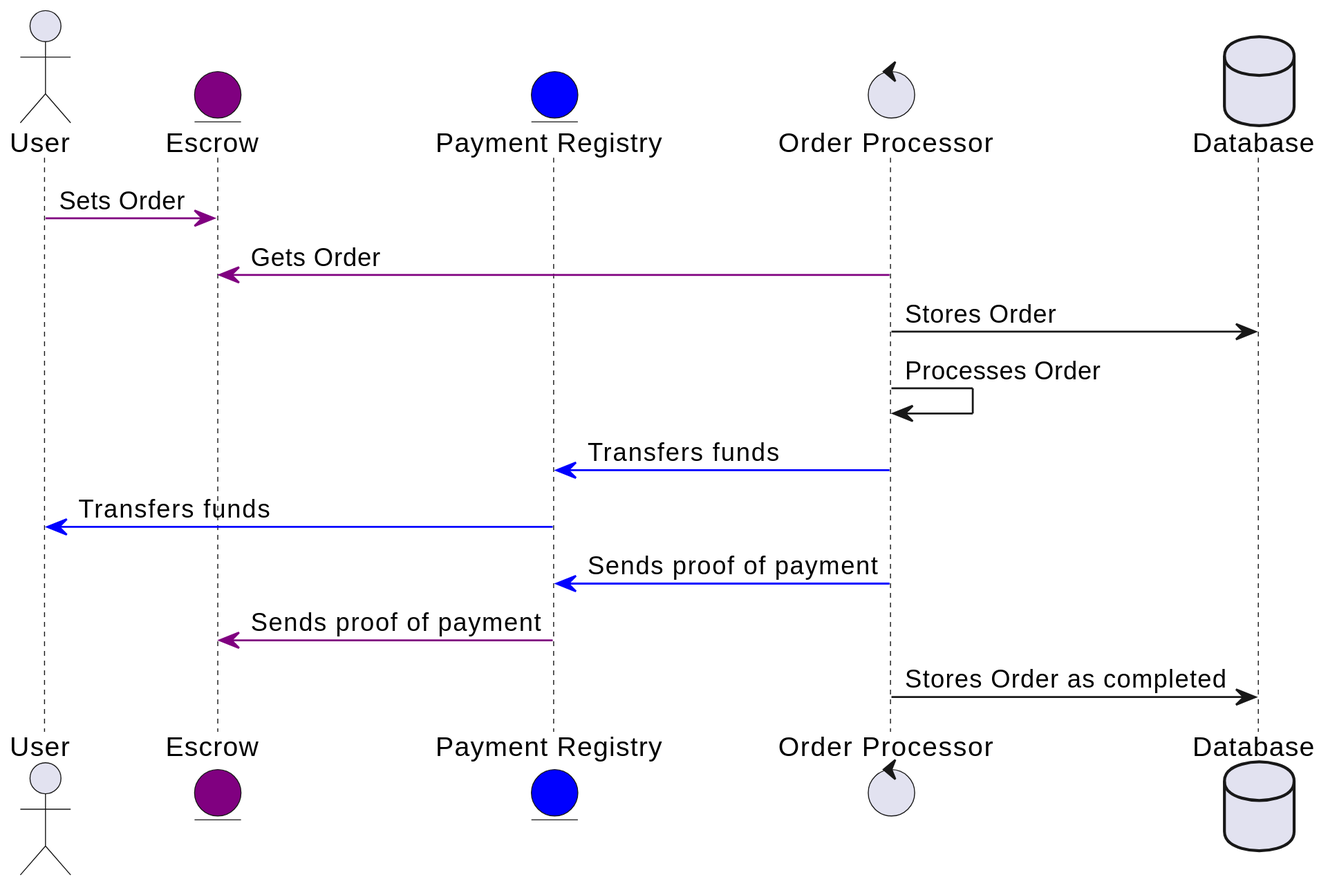
yetanotherco/yet-another-bridge keeps this PlantUML diagram as mm-bot/docs/images/order_processing.svg. Above is the earlier version.
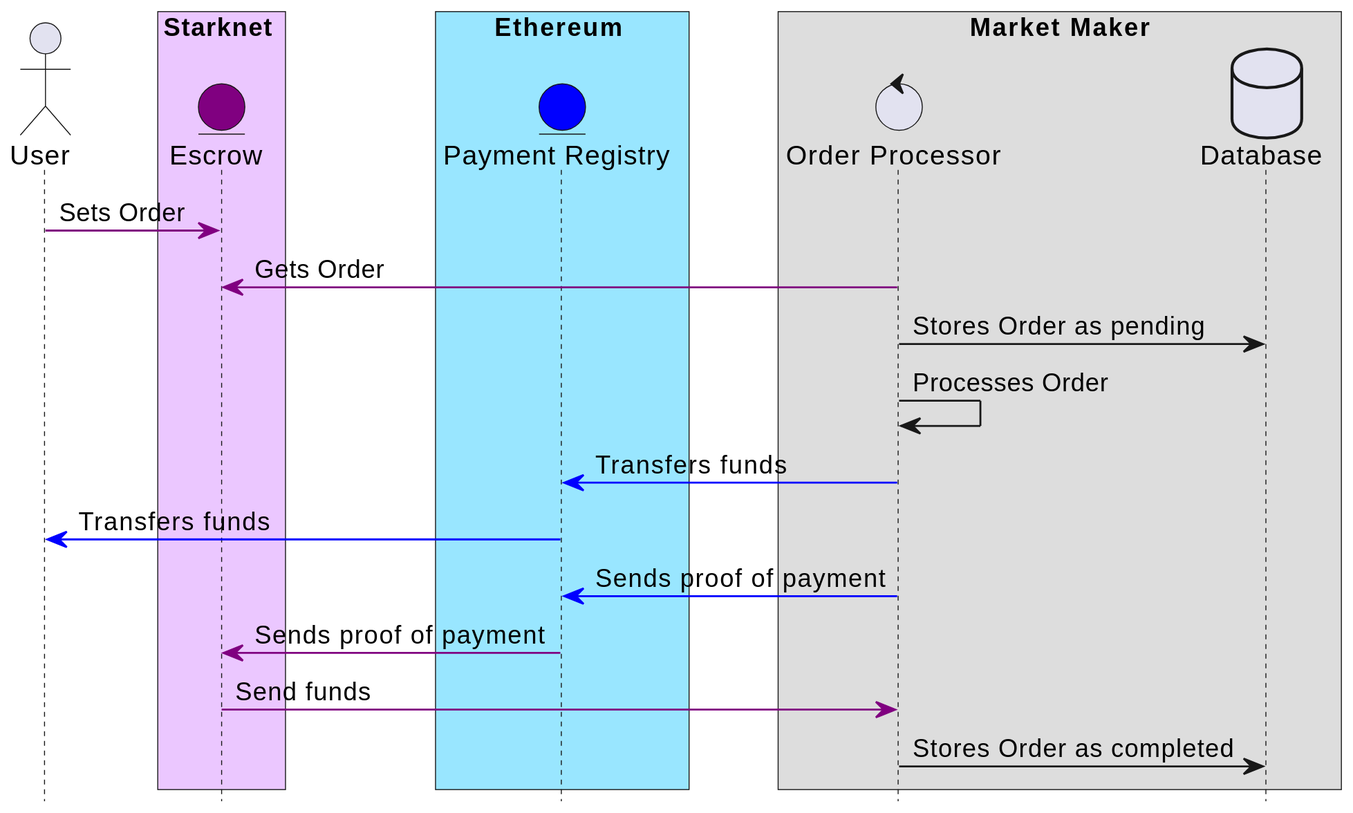
The same diagram one commit later.

Change to the diagram source:
```diff
@@ -1,17 +1,24 @@
 @startuml
+hide footbox
 actor User as U
+box Starknet #ebc7ff
 entity Escrow as E #purple
+end box
+box Ethereum #99e6ff
 entity "Payment Registry" as PR #blue
+box "Market Maker"
 control "Order Processor" as OP
 database Database
+end box
 
 U -[#purple]> E : Sets Order
 OP -[#purple]> E : Gets Order
-OP -> Database : Stores Order
+OP -> Database : Stores Order as pending
 OP -> OP : Processes Order
 OP -[#blue]> PR : Transfers funds
 PR -[#blue]> U: Transfers funds
 OP -[#blue]> PR : Sends proof of payment
 PR -[#purple]> E : Sends proof of payment
+E -[#purple]> OP : Send funds
 OP -> Database : Stores Order as completed
 @enduml
```
